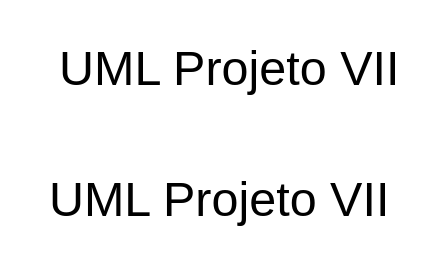
Earlier version of the draw.io diagram UML_PVII.drawio (ONCGM/Projeto-VII). Source tidied: cells renumbered, new cells numbered last; positions are measured from the earlier drawing's top-left corner, leaving out a move shared by most shapes. Both pictures are drawn from the tidied source at 101%, with x=0, y=0 at pixel (17, 17).
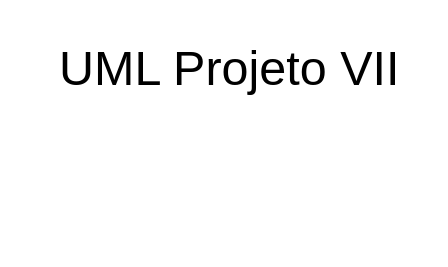
The same diagram, later.

The edit, as a diff of the source:
```diff
@@
 <mxGraphModel>
   <root>
     <mxCell id="0" />
     <mxCell id="1" parent="0" />
     <mxCell id="2" value="UML Projeto VII" style="text;html=1;strokeColor=none;fillColor=none;align=center;verticalAlign=middle;whiteSpace=wrap;rounded=0;fontSize=48;" parent="1" vertex="1">
       <mxGeometry x="10" width="400" height="100" as="geometry" />
     </mxCell>
-    <mxCell id="3" value="UML Projeto VII" style="text;html=1;strokeColor=none;fillColor=none;align=center;verticalAlign=middle;whiteSpace=wrap;rounded=0;fontSize=48;" parent="1" vertex="1">
-      <mxGeometry y="130" width="400" height="100" as="geometry" />
-    </mxCell>
   </root>
 </mxGraphModel>
```
